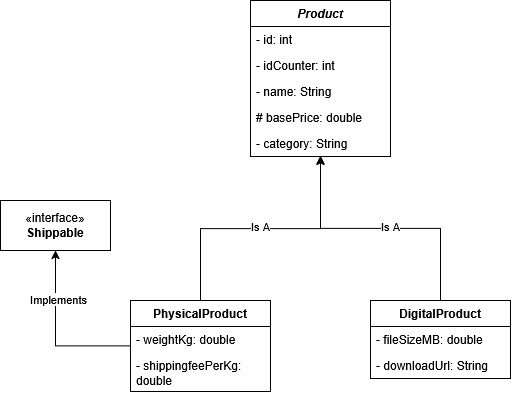
ppineyro/EcommerceApp keeps this draw.io diagram as diagramaproducto.png. Above is the earlier version. Source tidied: cells renumbered, new cells last; positions are measured from the earlier drawing's top-left corner, leaving out a move shared by most shapes. Source of this version:
```xml
<mxGraphModel>
  <root>
    <mxCell id="0" />
    <mxCell id="1" parent="0" />
    <mxCell id="2" value="&lt;div&gt;&lt;b&gt;&lt;i&gt;Product&lt;/i&gt;&lt;/b&gt;&lt;/div&gt;" style="swimlane;fontStyle=0;horizontal=1;startSize=26;fillColor=none;whiteSpace=wrap;html=1;" parent="1" vertex="1">
      <mxGeometry x="250" width="140" height="156" as="geometry" />
    </mxCell>
    <mxCell id="3" value="- id: int" style="text;strokeColor=none;fillColor=none;align=left;verticalAlign=top;spacingLeft=4;spacingRight=4;overflow=hidden;whiteSpace=wrap;html=1;" parent="2" vertex="1">
      <mxGeometry y="26" width="140" height="26" as="geometry" />
    </mxCell>
    <mxCell id="4" value="- idCounter: int" style="text;strokeColor=none;fillColor=none;align=left;verticalAlign=top;spacingLeft=4;spacingRight=4;overflow=hidden;whiteSpace=wrap;html=1;" parent="2" vertex="1">
      <mxGeometry y="52" width="140" height="26" as="geometry" />
    </mxCell>
    <mxCell id="5" value="- name: String" style="text;strokeColor=none;fillColor=none;align=left;verticalAlign=top;spacingLeft=4;spacingRight=4;overflow=hidden;whiteSpace=wrap;html=1;" parent="2" vertex="1">
      <mxGeometry y="78" width="140" height="26" as="geometry" />
    </mxCell>
    <mxCell id="6" value="# basePrice: double" style="text;strokeColor=none;fillColor=none;align=left;verticalAlign=top;spacingLeft=4;spacingRight=4;overflow=hidden;whiteSpace=wrap;html=1;" parent="2" vertex="1">
      <mxGeometry y="104" width="140" height="26" as="geometry" />
    </mxCell>
    <mxCell id="7" value="- category: String" style="text;strokeColor=none;fillColor=none;align=left;verticalAlign=top;spacingLeft=4;spacingRight=4;overflow=hidden;points=[[0,0.5],[1,0.5]];portConstraint=eastwest;whiteSpace=wrap;html=1;" parent="2" vertex="1">
      <mxGeometry y="130" width="140" height="26" as="geometry" />
    </mxCell>
    <mxCell id="8" value="«interface»&lt;br&gt;&lt;b&gt;Shippable&lt;/b&gt;" style="html=1;whiteSpace=wrap;" parent="1" vertex="1">
      <mxGeometry y="200" width="110" height="50" as="geometry" />
    </mxCell>
    <mxCell id="9" style="edgeStyle=orthogonalEdgeStyle;rounded=0;jettySize=auto;html=1;entryX=0.5;entryY=1;entryDx=0;entryDy=0;" parent="1" edge="1" source="11" target="8">
      <mxGeometry relative="1" as="geometry" />
    </mxCell>
    <mxCell id="10" value="Implements" style="edgeLabel;html=1;align=center;verticalAlign=middle;" parent="9" vertex="1">
      <mxGeometry x="0.43" y="-2" relative="1" as="geometry" />
    </mxCell>
    <mxCell id="11" value="&lt;b&gt;PhysicalProduct&lt;/b&gt;" style="swimlane;fontStyle=0;horizontal=1;startSize=26;fillColor=none;whiteSpace=wrap;html=1;" parent="1" vertex="1">
      <mxGeometry x="130" y="300" width="140" height="91" as="geometry" />
    </mxCell>
    <mxCell id="12" value="- weightKg: double" style="text;strokeColor=none;fillColor=none;align=left;verticalAlign=top;spacingLeft=4;spacingRight=4;overflow=hidden;whiteSpace=wrap;html=1;" parent="11" vertex="1">
      <mxGeometry y="26" width="140" height="26" as="geometry" />
    </mxCell>
    <mxCell id="13" value="- shippingfeePerKg: double" style="text;strokeColor=none;fillColor=none;align=left;verticalAlign=top;spacingLeft=4;spacingRight=4;overflow=hidden;whiteSpace=wrap;html=1;" parent="11" vertex="1">
      <mxGeometry y="52" width="140" height="39" as="geometry" />
    </mxCell>
    <mxCell id="14" style="edgeStyle=orthogonalEdgeStyle;rounded=0;jettySize=auto;html=1;entryX=0.5;entryY=1;entryDx=0;entryDy=0;" parent="1" edge="1" source="16" target="2">
      <mxGeometry relative="1" as="geometry" />
    </mxCell>
    <mxCell id="15" value="&lt;div&gt;Is A&lt;/div&gt;" style="edgeLabel;html=1;align=center;verticalAlign=middle;" parent="14" vertex="1">
      <mxGeometry x="-0.07" y="-3" relative="1" as="geometry" />
    </mxCell>
    <mxCell id="16" value="&lt;b&gt;DigitalProduct&lt;/b&gt;" style="swimlane;fontStyle=0;horizontal=1;startSize=26;fillColor=none;whiteSpace=wrap;html=1;" parent="1" vertex="1">
      <mxGeometry x="370" y="300" width="140" height="78" as="geometry" />
    </mxCell>
    <mxCell id="17" value="- fileSizeMB: double" style="text;strokeColor=none;fillColor=none;align=left;verticalAlign=top;spacingLeft=4;spacingRight=4;overflow=hidden;whiteSpace=wrap;html=1;" parent="16" vertex="1">
      <mxGeometry y="26" width="140" height="26" as="geometry" />
    </mxCell>
    <mxCell id="18" value="- downloadUrl: String" style="text;strokeColor=none;fillColor=none;align=left;verticalAlign=top;spacingLeft=4;spacingRight=4;overflow=hidden;whiteSpace=wrap;html=1;" parent="16" vertex="1">
      <mxGeometry y="52" width="140" height="26" as="geometry" />
    </mxCell>
    <mxCell id="19" style="edgeStyle=orthogonalEdgeStyle;rounded=0;jettySize=auto;html=1;entryX=0.5;entryY=0.962;entryDx=0;entryDy=0;entryPerimeter=0;" parent="1" edge="1" source="11" target="7">
      <mxGeometry relative="1" as="geometry" />
    </mxCell>
    <mxCell id="20" value="Is A" style="edgeLabel;html=1;align=center;verticalAlign=middle;" parent="19" vertex="1">
      <mxGeometry x="0.2" y="3" relative="1" as="geometry">
        <mxPoint x="-28" as="offset" />
      </mxGeometry>
    </mxCell>
  </root>
</mxGraphModel>
```
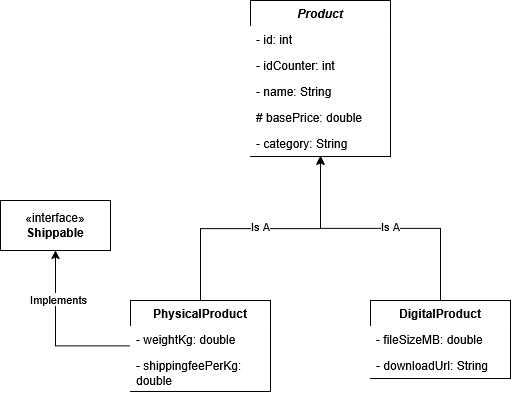
After the change.

Change to the diagram source:
```diff
@@ -2,22 +2,22 @@
   <root>
     <mxCell id="0" />
     <mxCell id="1" parent="0" />
-    <mxCell id="2" value="&lt;div&gt;&lt;b&gt;&lt;i&gt;Product&lt;/i&gt;&lt;/b&gt;&lt;/div&gt;" style="swimlane;fontStyle=0;horizontal=1;startSize=26;fillColor=none;whiteSpace=wrap;html=1;" parent="1" vertex="1">
+    <mxCell id="2" value="&lt;div&gt;&lt;b&gt;&lt;i&gt;Product&lt;/i&gt;&lt;/b&gt;&lt;/div&gt;" style="swimlane;fontStyle=0;horizontal=1;startSize=26;fillColor=default;whiteSpace=wrap;html=1;" parent="1" vertex="1">
       <mxGeometry x="250" width="140" height="156" as="geometry" />
     </mxCell>
-    <mxCell id="3" value="- id: int" style="text;strokeColor=none;fillColor=none;align=left;verticalAlign=top;spacingLeft=4;spacingRight=4;overflow=hidden;whiteSpace=wrap;html=1;" parent="2" vertex="1">
+    <mxCell id="3" value="- id: int" style="text;strokeColor=none;fillColor=default;align=left;verticalAlign=top;spacingLeft=4;spacingRight=4;overflow=hidden;whiteSpace=wrap;html=1;" parent="2" vertex="1">
       <mxGeometry y="26" width="140" height="26" as="geometry" />
     </mxCell>
-    <mxCell id="4" value="- idCounter: int" style="text;strokeColor=none;fillColor=none;align=left;verticalAlign=top;spacingLeft=4;spacingRight=4;overflow=hidden;whiteSpace=wrap;html=1;" parent="2" vertex="1">
+    <mxCell id="4" value="- idCounter: int" style="text;strokeColor=none;fillColor=default;align=left;verticalAlign=top;spacingLeft=4;spacingRight=4;overflow=hidden;whiteSpace=wrap;html=1;" parent="2" vertex="1">
       <mxGeometry y="52" width="140" height="26" as="geometry" />
     </mxCell>
-    <mxCell id="5" value="- name: String" style="text;strokeColor=none;fillColor=none;align=left;verticalAlign=top;spacingLeft=4;spacingRight=4;overflow=hidden;whiteSpace=wrap;html=1;" parent="2" vertex="1">
+    <mxCell id="5" value="- name: String" style="text;strokeColor=none;fillColor=default;align=left;verticalAlign=top;spacingLeft=4;spacingRight=4;overflow=hidden;whiteSpace=wrap;html=1;" parent="2" vertex="1">
       <mxGeometry y="78" width="140" height="26" as="geometry" />
     </mxCell>
-    <mxCell id="6" value="# basePrice: double" style="text;strokeColor=none;fillColor=none;align=left;verticalAlign=top;spacingLeft=4;spacingRight=4;overflow=hidden;whiteSpace=wrap;html=1;" parent="2" vertex="1">
+    <mxCell id="6" value="# basePrice: double" style="text;strokeColor=none;fillColor=default;align=left;verticalAlign=top;spacingLeft=4;spacingRight=4;overflow=hidden;whiteSpace=wrap;html=1;" parent="2" vertex="1">
       <mxGeometry y="104" width="140" height="26" as="geometry" />
     </mxCell>
-    <mxCell id="7" value="- category: String" style="text;strokeColor=none;fillColor=none;align=left;verticalAlign=top;spacingLeft=4;spacingRight=4;overflow=hidden;points=[[0,0.5],[1,0.5]];portConstraint=eastwest;whiteSpace=wrap;html=1;" parent="2" vertex="1">
+    <mxCell id="7" value="- category: String" style="text;strokeColor=none;fillColor=default;align=left;verticalAlign=top;spacingLeft=4;spacingRight=4;overflow=hidden;points=[[0,0.5],[1,0.5]];portConstraint=eastwest;whiteSpace=wrap;html=1;" parent="2" vertex="1">
       <mxGeometry y="130" width="140" height="26" as="geometry" />
     </mxCell>
     <mxCell id="8" value="«interface»&lt;br&gt;&lt;b&gt;Shippable&lt;/b&gt;" style="html=1;whiteSpace=wrap;" parent="1" vertex="1">
@@ -29,13 +29,13 @@
     <mxCell id="10" value="Implements" style="edgeLabel;html=1;align=center;verticalAlign=middle;" parent="9" vertex="1">
       <mxGeometry x="0.43" y="-2" relative="1" as="geometry" />
     </mxCell>
-    <mxCell id="11" value="&lt;b&gt;PhysicalProduct&lt;/b&gt;" style="swimlane;fontStyle=0;horizontal=1;startSize=26;fillColor=none;whiteSpace=wrap;html=1;" parent="1" vertex="1">
+    <mxCell id="11" value="&lt;b&gt;PhysicalProduct&lt;/b&gt;" style="swimlane;fontStyle=0;horizontal=1;startSize=26;fillColor=default;whiteSpace=wrap;html=1;" parent="1" vertex="1">
       <mxGeometry x="130" y="300" width="140" height="91" as="geometry" />
     </mxCell>
-    <mxCell id="12" value="- weightKg: double" style="text;strokeColor=none;fillColor=none;align=left;verticalAlign=top;spacingLeft=4;spacingRight=4;overflow=hidden;whiteSpace=wrap;html=1;" parent="11" vertex="1">
+    <mxCell id="12" value="- weightKg: double" style="text;strokeColor=none;fillColor=default;align=left;verticalAlign=top;spacingLeft=4;spacingRight=4;overflow=hidden;whiteSpace=wrap;html=1;" parent="11" vertex="1">
       <mxGeometry y="26" width="140" height="26" as="geometry" />
     </mxCell>
-    <mxCell id="13" value="- shippingfeePerKg: double" style="text;strokeColor=none;fillColor=none;align=left;verticalAlign=top;spacingLeft=4;spacingRight=4;overflow=hidden;whiteSpace=wrap;html=1;" parent="11" vertex="1">
+    <mxCell id="13" value="- shippingfeePerKg: double" style="text;strokeColor=none;fillColor=default;align=left;verticalAlign=top;spacingLeft=4;spacingRight=4;overflow=hidden;whiteSpace=wrap;html=1;" parent="11" vertex="1">
       <mxGeometry y="52" width="140" height="39" as="geometry" />
     </mxCell>
     <mxCell id="14" style="edgeStyle=orthogonalEdgeStyle;rounded=0;jettySize=auto;html=1;entryX=0.5;entryY=1;entryDx=0;entryDy=0;" parent="1" edge="1" source="16" target="2">
@@ -44,13 +44,13 @@
     <mxCell id="15" value="&lt;div&gt;Is A&lt;/div&gt;" style="edgeLabel;html=1;align=center;verticalAlign=middle;" parent="14" vertex="1">
       <mxGeometry x="-0.07" y="-3" relative="1" as="geometry" />
     </mxCell>
-    <mxCell id="16" value="&lt;b&gt;DigitalProduct&lt;/b&gt;" style="swimlane;fontStyle=0;horizontal=1;startSize=26;fillColor=none;whiteSpace=wrap;html=1;" parent="1" vertex="1">
+    <mxCell id="16" value="&lt;b&gt;DigitalProduct&lt;/b&gt;" style="swimlane;fontStyle=0;horizontal=1;startSize=26;fillColor=default;whiteSpace=wrap;html=1;" parent="1" vertex="1">
       <mxGeometry x="370" y="300" width="140" height="78" as="geometry" />
     </mxCell>
-    <mxCell id="17" value="- fileSizeMB: double" style="text;strokeColor=none;fillColor=none;align=left;verticalAlign=top;spacingLeft=4;spacingRight=4;overflow=hidden;whiteSpace=wrap;html=1;" parent="16" vertex="1">
+    <mxCell id="17" value="- fileSizeMB: double" style="text;strokeColor=none;fillColor=default;align=left;verticalAlign=top;spacingLeft=4;spacingRight=4;overflow=hidden;whiteSpace=wrap;html=1;" parent="16" vertex="1">
       <mxGeometry y="26" width="140" height="26" as="geometry" />
     </mxCell>
-    <mxCell id="18" value="- downloadUrl: String" style="text;strokeColor=none;fillColor=none;align=left;verticalAlign=top;spacingLeft=4;spacingRight=4;overflow=hidden;whiteSpace=wrap;html=1;" parent="16" vertex="1">
+    <mxCell id="18" value="- downloadUrl: String" style="text;strokeColor=none;fillColor=default;align=left;verticalAlign=top;spacingLeft=4;spacingRight=4;overflow=hidden;whiteSpace=wrap;html=1;" parent="16" vertex="1">
       <mxGeometry y="52" width="140" height="26" as="geometry" />
     </mxCell>
     <mxCell id="19" style="edgeStyle=orthogonalEdgeStyle;rounded=0;jettySize=auto;html=1;entryX=0.5;entryY=0.962;entryDx=0;entryDy=0;entryPerimeter=0;" parent="1" edge="1" source="11" target="7">
```
